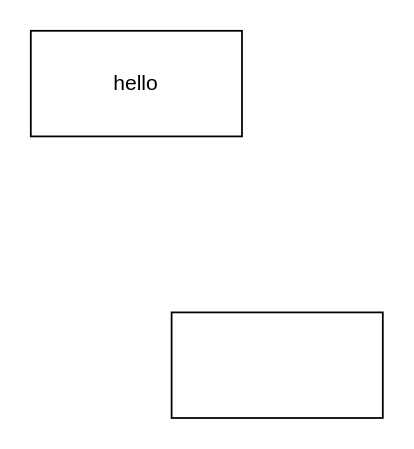
Earlier version of the draw.io diagram data/Unbenanntes Diagramm.drawio (maxschwalenberg/methods_in_ai_research_03). Source tidied: cells renumbered, new cells numbered last; positions are measured from the earlier drawing's top-left corner, leaving out a move shared by most shapes. Both pictures are drawn from the tidied source at 176%, with x=0, y=0 at pixel (30, 30).
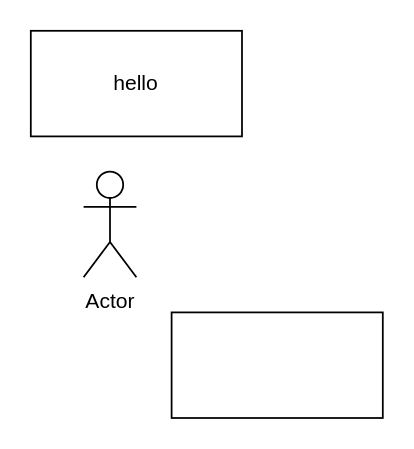
The same page after the edit.

The edit, as a diff of the source:
```diff
@@
 <mxGraphModel>
   <root>
     <mxCell id="0" />
     <mxCell id="1" parent="0" />
+    <mxCell id="4" value="Actor" style="shape=umlActor;verticalLabelPosition=bottom;verticalAlign=top;html=1;" parent="1" vertex="1">
+      <mxGeometry x="30" y="80" width="30" height="60" as="geometry" />
+    </mxCell>
     <mxCell id="2" style="rounded=0;whiteSpace=wrap;html=1;" parent="1" vertex="1">
       <mxGeometry x="80" y="160" width="120" height="60" as="geometry" />
     </mxCell>
     <mxCell id="3" value="hello" style="rounded=0;whiteSpace=wrap;html=1;" parent="1" vertex="1">
       <mxGeometry width="120" height="60" as="geometry" />
     </mxCell>
   </root>
 </mxGraphModel>
```
